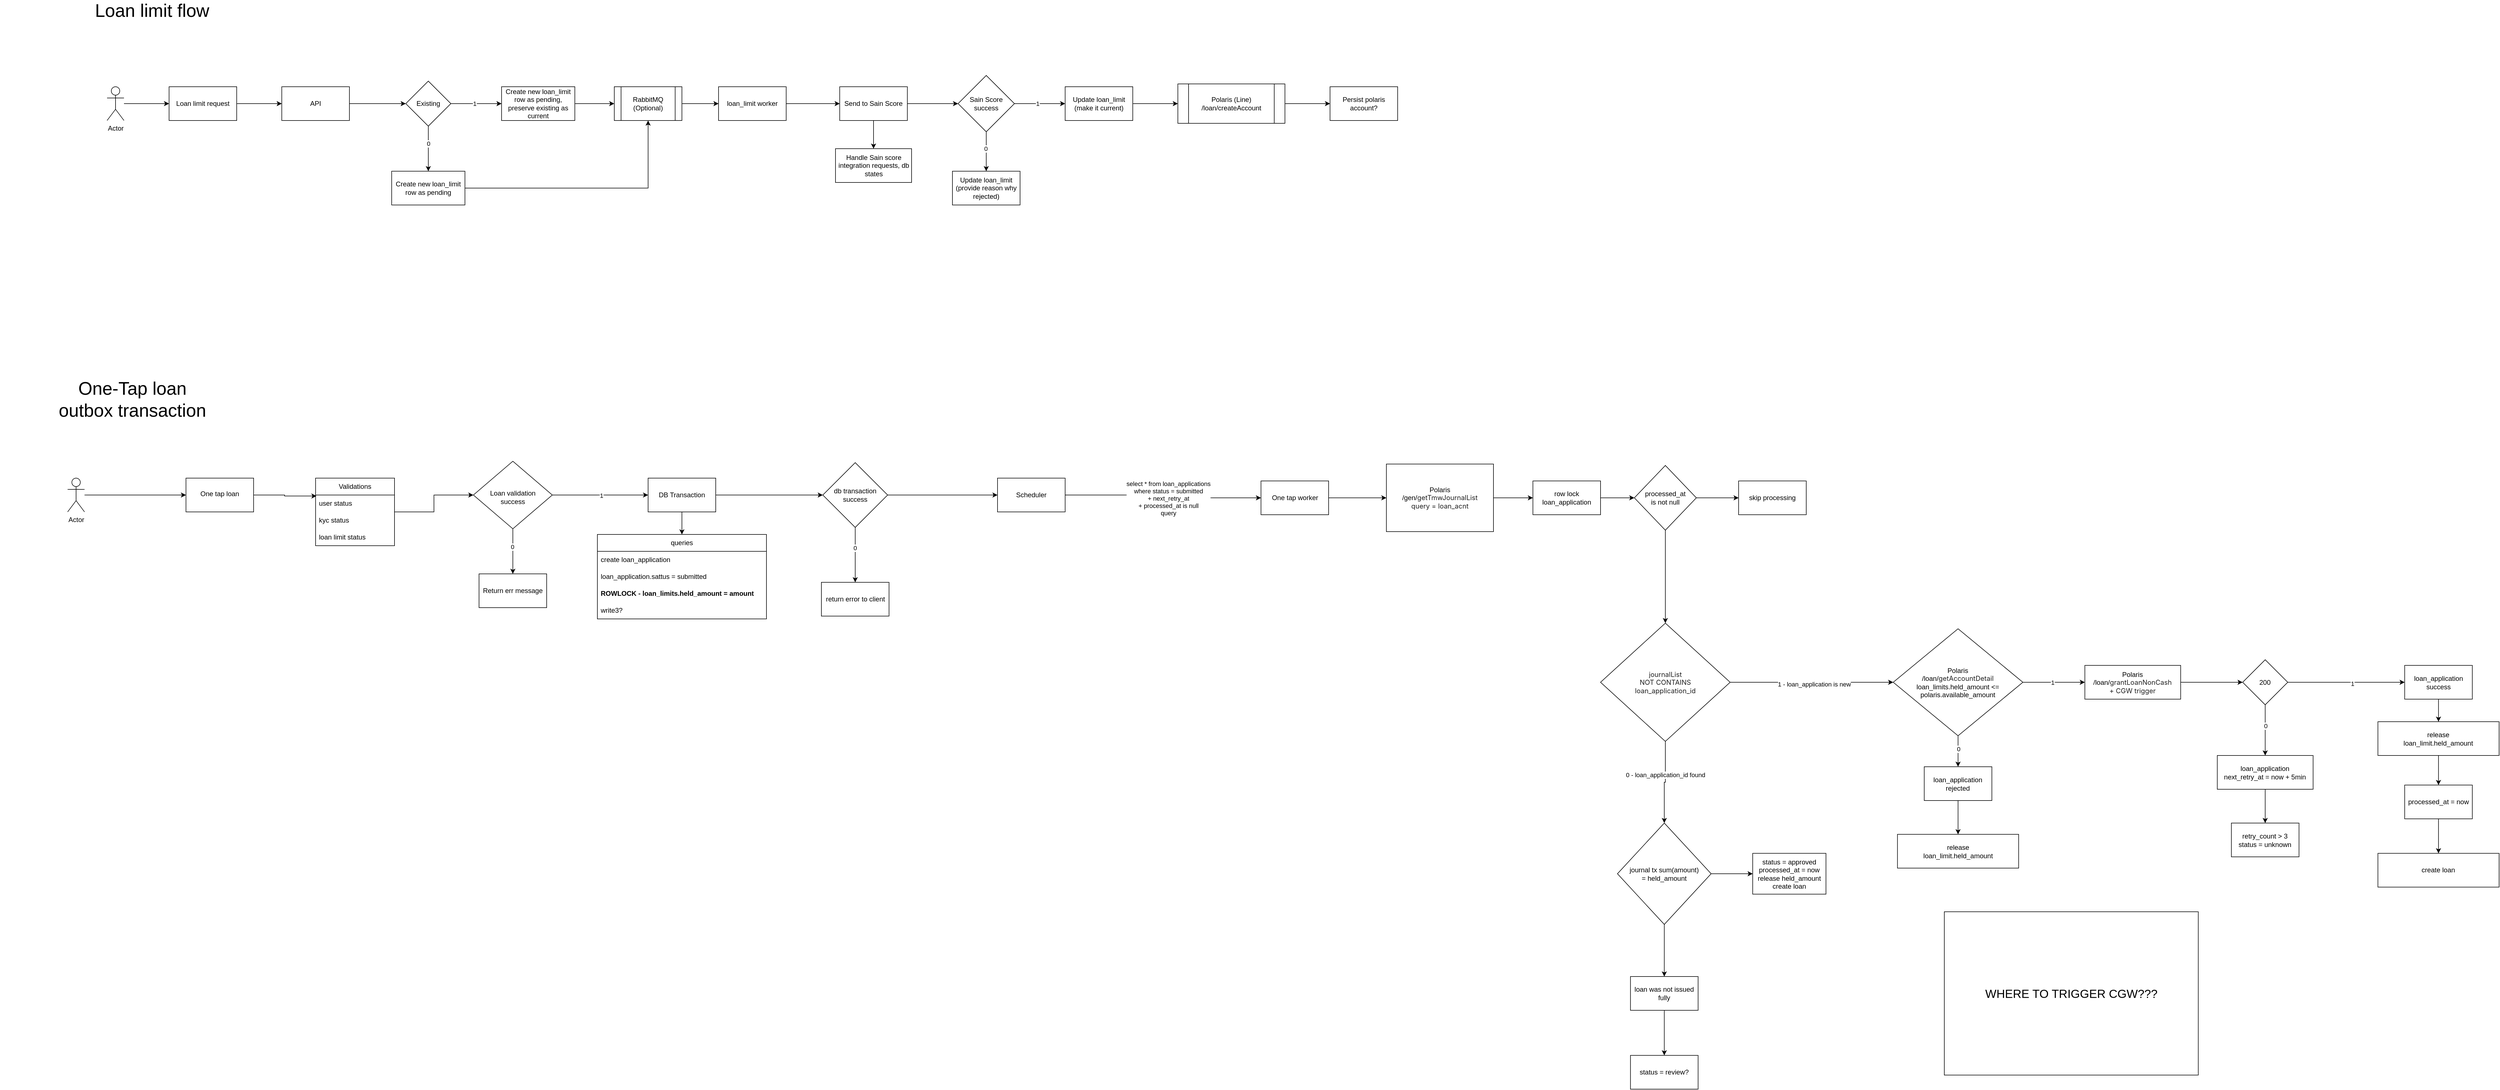
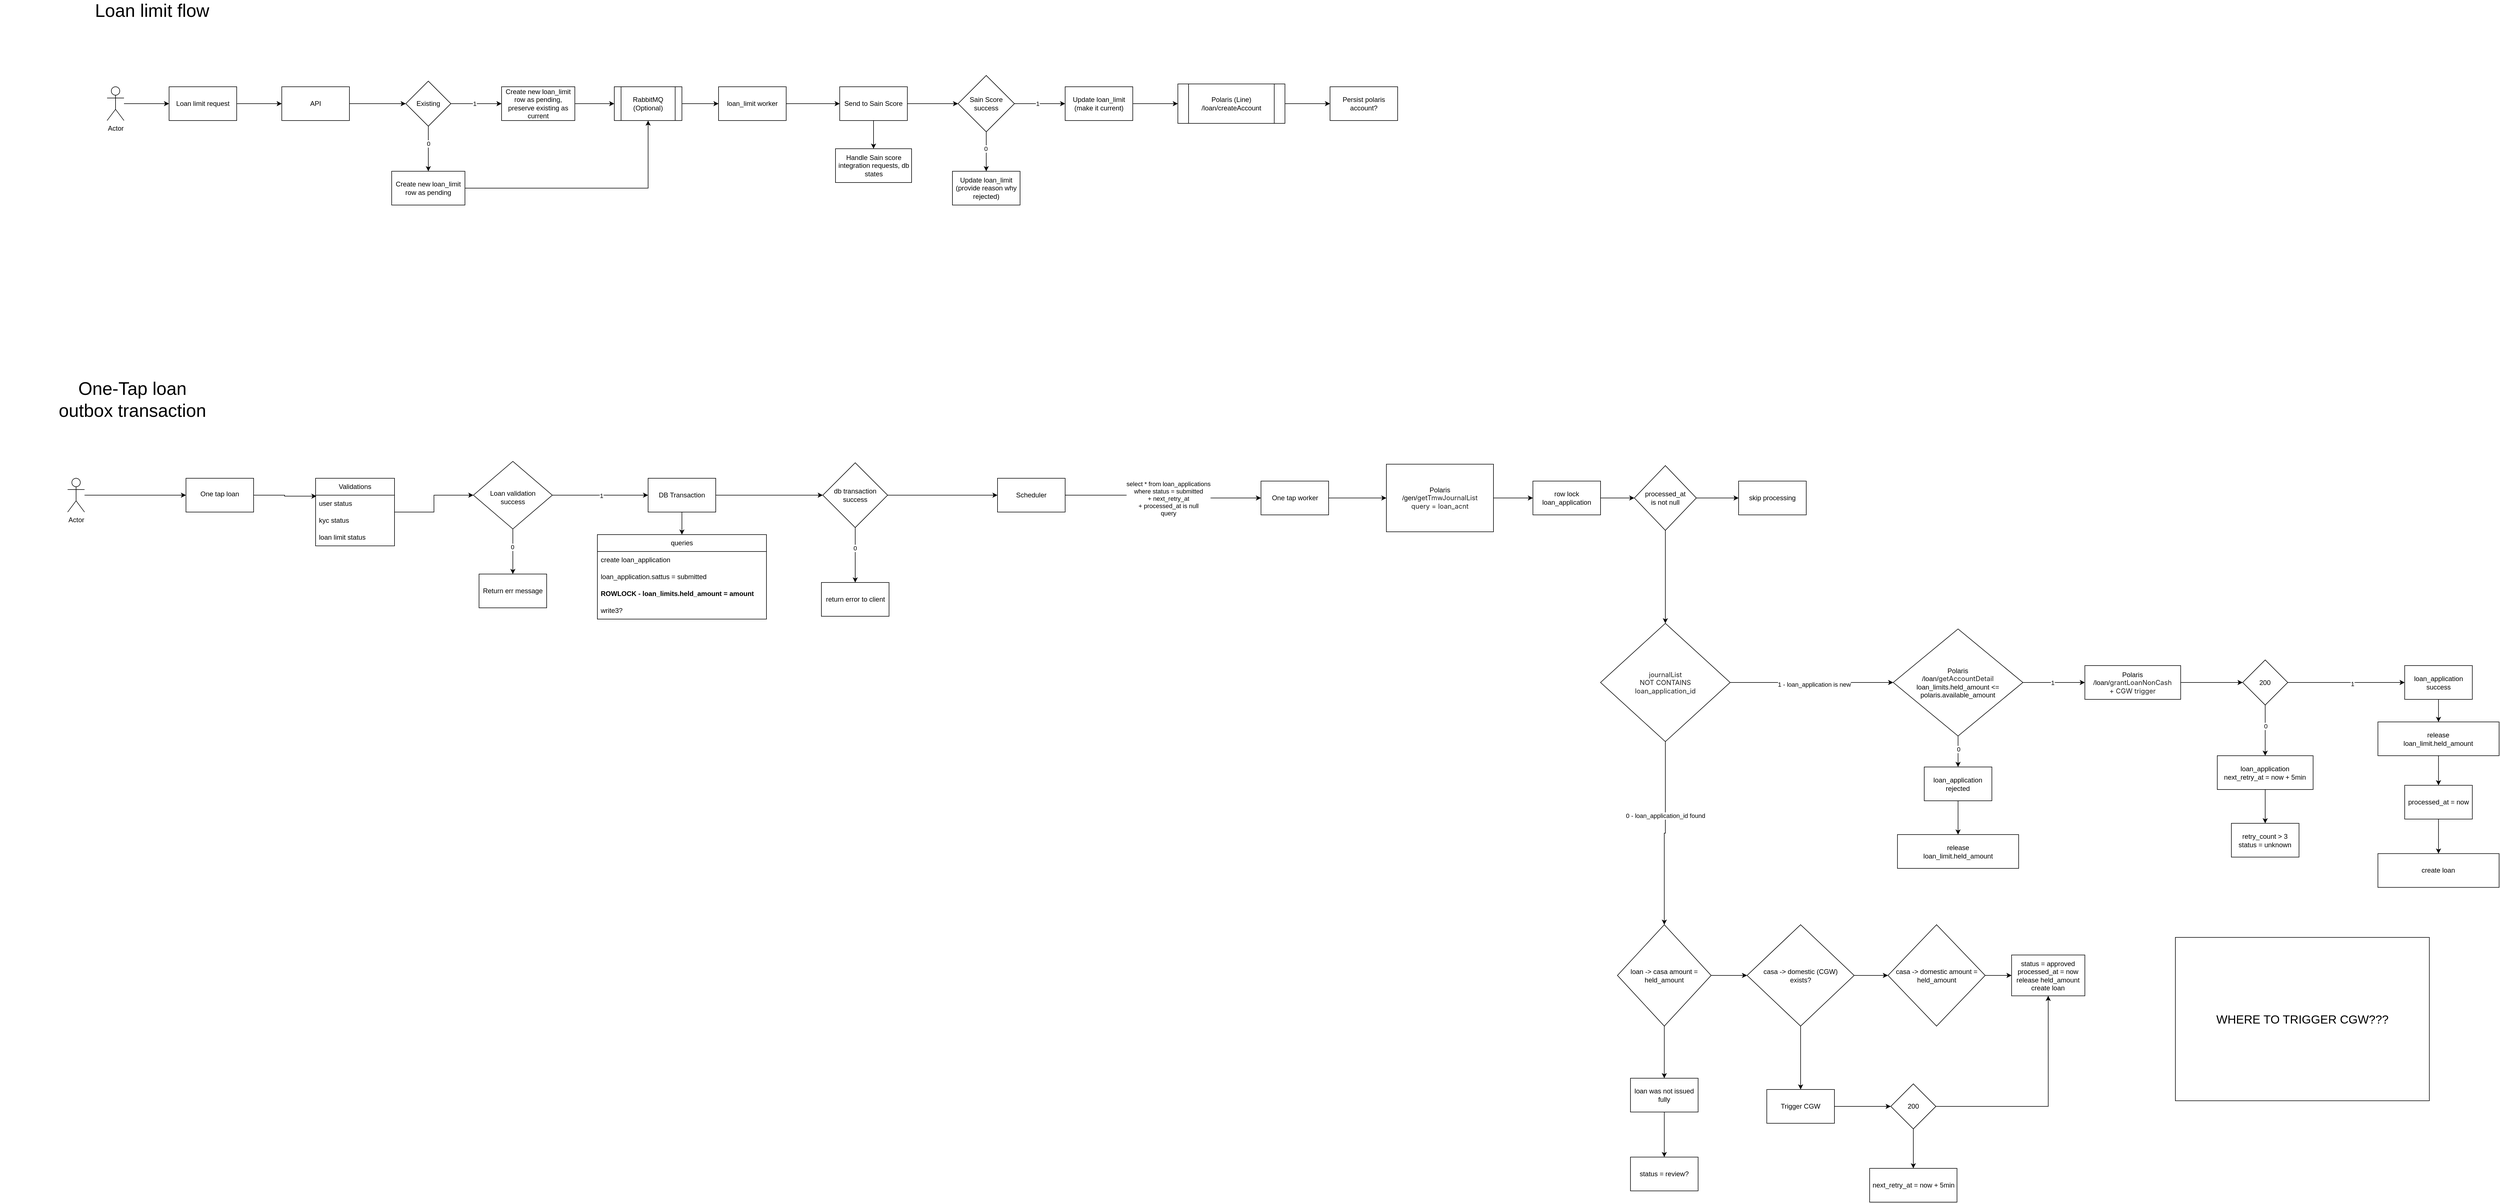
<mxfile host="app.diagrams.net">
  <diagram name="Page-1" id="VCBSuIh8bz7kurrQ0Zaz">
    <mxGraphModel dx="2125" dy="746" grid="1" gridSize="10" guides="1" tooltips="1" connect="1" arrows="1" fold="1" page="1" pageScale="1" pageWidth="850" pageHeight="1100" math="0" shadow="0">
      <root>
        <mxCell id="0" />
        <mxCell id="1" parent="0" />
        <mxCell id="KqixbsF9o6dLofBvsG9t-5" edge="1" parent="1" source="KqixbsF9o6dLofBvsG9t-1" style="edgeStyle=orthogonalEdgeStyle;rounded=0;orthogonalLoop=1;jettySize=auto;html=1;" target="KqixbsF9o6dLofBvsG9t-4" value="">
          <mxGeometry relative="1" as="geometry" />
        </mxCell>
        <mxCell id="KqixbsF9o6dLofBvsG9t-1" parent="1" style="rounded=0;whiteSpace=wrap;html=1;" value="Loan limit request" vertex="1">
          <mxGeometry height="60" width="120" x="150" y="210" as="geometry" />
        </mxCell>
        <mxCell id="KqixbsF9o6dLofBvsG9t-3" edge="1" parent="1" source="KqixbsF9o6dLofBvsG9t-2" style="edgeStyle=orthogonalEdgeStyle;rounded=0;orthogonalLoop=1;jettySize=auto;html=1;" target="KqixbsF9o6dLofBvsG9t-1" value="">
          <mxGeometry relative="1" as="geometry" />
        </mxCell>
        <mxCell id="KqixbsF9o6dLofBvsG9t-2" parent="1" style="shape=umlActor;verticalLabelPosition=bottom;verticalAlign=top;html=1;outlineConnect=0;" value="Actor" vertex="1">
          <mxGeometry height="60" width="30" x="40" y="210" as="geometry" />
        </mxCell>
        <mxCell id="KqixbsF9o6dLofBvsG9t-9" edge="1" parent="1" source="KqixbsF9o6dLofBvsG9t-4" style="edgeStyle=orthogonalEdgeStyle;rounded=0;orthogonalLoop=1;jettySize=auto;html=1;" target="KqixbsF9o6dLofBvsG9t-8" value="">
          <mxGeometry relative="1" as="geometry" />
        </mxCell>
        <mxCell id="KqixbsF9o6dLofBvsG9t-4" parent="1" style="rounded=0;whiteSpace=wrap;html=1;" value="API" vertex="1">
          <mxGeometry height="60" width="120" x="350" y="210" as="geometry" />
        </mxCell>
        <mxCell id="KqixbsF9o6dLofBvsG9t-11" edge="1" parent="1" source="KqixbsF9o6dLofBvsG9t-8" style="edgeStyle=orthogonalEdgeStyle;rounded=0;orthogonalLoop=1;jettySize=auto;html=1;" target="KqixbsF9o6dLofBvsG9t-10" value="">
          <mxGeometry relative="1" as="geometry" />
        </mxCell>
        <mxCell id="KqixbsF9o6dLofBvsG9t-12" connectable="0" parent="KqixbsF9o6dLofBvsG9t-11" style="edgeLabel;html=1;align=center;verticalAlign=middle;resizable=0;points=[];" value="1" vertex="1">
          <mxGeometry relative="1" x="-0.079" as="geometry">
            <mxPoint as="offset" />
          </mxGeometry>
        </mxCell>
        <mxCell id="KqixbsF9o6dLofBvsG9t-14" edge="1" parent="1" source="KqixbsF9o6dLofBvsG9t-8" style="edgeStyle=orthogonalEdgeStyle;rounded=0;orthogonalLoop=1;jettySize=auto;html=1;" target="KqixbsF9o6dLofBvsG9t-13" value="">
          <mxGeometry relative="1" as="geometry" />
        </mxCell>
        <mxCell id="KqixbsF9o6dLofBvsG9t-15" connectable="0" parent="KqixbsF9o6dLofBvsG9t-14" style="edgeLabel;html=1;align=center;verticalAlign=middle;resizable=0;points=[];" value="0" vertex="1">
          <mxGeometry relative="1" x="-0.2407" as="geometry">
            <mxPoint as="offset" />
          </mxGeometry>
        </mxCell>
        <mxCell id="KqixbsF9o6dLofBvsG9t-8" parent="1" style="rhombus;whiteSpace=wrap;html=1;rounded=0;" value="Existing" vertex="1">
          <mxGeometry height="80" width="80" x="570" y="200" as="geometry" />
        </mxCell>
        <mxCell id="KqixbsF9o6dLofBvsG9t-23" edge="1" parent="1" source="KqixbsF9o6dLofBvsG9t-10" style="edgeStyle=orthogonalEdgeStyle;rounded=0;orthogonalLoop=1;jettySize=auto;html=1;" target="KqixbsF9o6dLofBvsG9t-22" value="">
          <mxGeometry relative="1" as="geometry" />
        </mxCell>
        <mxCell id="KqixbsF9o6dLofBvsG9t-10" parent="1" style="whiteSpace=wrap;html=1;rounded=0;" value="Create new loan_limit row as pending, preserve existing as current" vertex="1">
          <mxGeometry height="60" width="130" x="740" y="210" as="geometry" />
        </mxCell>
        <mxCell id="KqixbsF9o6dLofBvsG9t-26" edge="1" parent="1" source="KqixbsF9o6dLofBvsG9t-13" style="edgeStyle=orthogonalEdgeStyle;rounded=0;orthogonalLoop=1;jettySize=auto;html=1;entryX=0.5;entryY=1;entryDx=0;entryDy=0;" target="KqixbsF9o6dLofBvsG9t-22">
          <mxGeometry relative="1" as="geometry" />
        </mxCell>
        <mxCell id="KqixbsF9o6dLofBvsG9t-13" parent="1" style="whiteSpace=wrap;html=1;rounded=0;" value="Create new loan_limit row as pending" vertex="1">
          <mxGeometry height="60" width="130" x="545" y="360" as="geometry" />
        </mxCell>
        <mxCell id="KqixbsF9o6dLofBvsG9t-25" edge="1" parent="1" source="KqixbsF9o6dLofBvsG9t-22" style="edgeStyle=orthogonalEdgeStyle;rounded=0;orthogonalLoop=1;jettySize=auto;html=1;" target="KqixbsF9o6dLofBvsG9t-24" value="">
          <mxGeometry relative="1" as="geometry" />
        </mxCell>
        <mxCell id="KqixbsF9o6dLofBvsG9t-22" parent="1" style="shape=process;whiteSpace=wrap;html=1;backgroundOutline=1;rounded=0;" value="RabbitMQ (Optional)" vertex="1">
          <mxGeometry height="60" width="120" x="940" y="210" as="geometry" />
        </mxCell>
        <mxCell id="KqixbsF9o6dLofBvsG9t-28" edge="1" parent="1" source="KqixbsF9o6dLofBvsG9t-24" style="edgeStyle=orthogonalEdgeStyle;rounded=0;orthogonalLoop=1;jettySize=auto;html=1;" target="KqixbsF9o6dLofBvsG9t-27" value="">
          <mxGeometry relative="1" as="geometry" />
        </mxCell>
        <mxCell id="KqixbsF9o6dLofBvsG9t-24" parent="1" style="whiteSpace=wrap;html=1;rounded=0;" value="loan_limit worker" vertex="1">
          <mxGeometry height="60" width="120" x="1125" y="210" as="geometry" />
        </mxCell>
        <mxCell id="KqixbsF9o6dLofBvsG9t-30" edge="1" parent="1" source="KqixbsF9o6dLofBvsG9t-27" style="edgeStyle=orthogonalEdgeStyle;rounded=0;orthogonalLoop=1;jettySize=auto;html=1;" target="KqixbsF9o6dLofBvsG9t-29" value="">
          <mxGeometry relative="1" as="geometry" />
        </mxCell>
        <mxCell id="KqixbsF9o6dLofBvsG9t-38" edge="1" parent="1" source="KqixbsF9o6dLofBvsG9t-27" style="edgeStyle=orthogonalEdgeStyle;rounded=0;orthogonalLoop=1;jettySize=auto;html=1;" target="KqixbsF9o6dLofBvsG9t-37" value="">
          <mxGeometry relative="1" as="geometry" />
        </mxCell>
        <mxCell id="KqixbsF9o6dLofBvsG9t-27" parent="1" style="whiteSpace=wrap;html=1;rounded=0;" value="Send to Sain Score" vertex="1">
          <mxGeometry height="60" width="120" x="1340" y="210" as="geometry" />
        </mxCell>
        <mxCell id="KqixbsF9o6dLofBvsG9t-32" edge="1" parent="1" source="KqixbsF9o6dLofBvsG9t-29" style="edgeStyle=orthogonalEdgeStyle;rounded=0;orthogonalLoop=1;jettySize=auto;html=1;" target="KqixbsF9o6dLofBvsG9t-31" value="">
          <mxGeometry relative="1" as="geometry" />
        </mxCell>
        <mxCell id="KqixbsF9o6dLofBvsG9t-33" connectable="0" parent="KqixbsF9o6dLofBvsG9t-32" style="edgeLabel;html=1;align=center;verticalAlign=middle;resizable=0;points=[];" value="1" vertex="1">
          <mxGeometry relative="1" x="-0.1048" as="geometry">
            <mxPoint as="offset" />
          </mxGeometry>
        </mxCell>
        <mxCell id="KqixbsF9o6dLofBvsG9t-35" edge="1" parent="1" source="KqixbsF9o6dLofBvsG9t-29" style="edgeStyle=orthogonalEdgeStyle;rounded=0;orthogonalLoop=1;jettySize=auto;html=1;" target="KqixbsF9o6dLofBvsG9t-34" value="">
          <mxGeometry relative="1" as="geometry" />
        </mxCell>
        <mxCell id="KqixbsF9o6dLofBvsG9t-36" connectable="0" parent="KqixbsF9o6dLofBvsG9t-35" style="edgeLabel;html=1;align=center;verticalAlign=middle;resizable=0;points=[];" value="0" vertex="1">
          <mxGeometry relative="1" x="-0.1429" y="-1" as="geometry">
            <mxPoint as="offset" />
          </mxGeometry>
        </mxCell>
        <mxCell id="KqixbsF9o6dLofBvsG9t-29" parent="1" style="rhombus;whiteSpace=wrap;html=1;rounded=0;" value="Sain Score success" vertex="1">
          <mxGeometry height="100" width="100" x="1550" y="190" as="geometry" />
        </mxCell>
        <mxCell id="KqixbsF9o6dLofBvsG9t-66" edge="1" parent="1" source="KqixbsF9o6dLofBvsG9t-31" style="edgeStyle=orthogonalEdgeStyle;rounded=0;orthogonalLoop=1;jettySize=auto;html=1;" target="KqixbsF9o6dLofBvsG9t-65" value="">
          <mxGeometry relative="1" as="geometry" />
        </mxCell>
        <mxCell id="KqixbsF9o6dLofBvsG9t-31" parent="1" style="whiteSpace=wrap;html=1;rounded=0;" value="Update loan_limit (make it current)" vertex="1">
          <mxGeometry height="60" width="120" x="1740" y="210" as="geometry" />
        </mxCell>
        <mxCell id="KqixbsF9o6dLofBvsG9t-34" parent="1" style="whiteSpace=wrap;html=1;rounded=0;" value="Update loan_limit&lt;br&gt;(provide reason why rejected)" vertex="1">
          <mxGeometry height="60" width="120" x="1540" y="360" as="geometry" />
        </mxCell>
        <mxCell id="KqixbsF9o6dLofBvsG9t-37" parent="1" style="whiteSpace=wrap;html=1;rounded=0;" value="Handle Sain score integration requests, db states" vertex="1">
          <mxGeometry height="60" width="135" x="1332.5" y="320" as="geometry" />
        </mxCell>
        <mxCell id="KqixbsF9o6dLofBvsG9t-40" parent="1" style="text;html=1;whiteSpace=wrap;strokeColor=none;fillColor=none;align=center;verticalAlign=middle;rounded=0;fontSize=32;" value="Loan limit flow" vertex="1">
          <mxGeometry height="30" width="260" x="-10" y="60" as="geometry" />
        </mxCell>
        <mxCell id="KqixbsF9o6dLofBvsG9t-74" edge="1" parent="1" source="KqixbsF9o6dLofBvsG9t-65" style="edgeStyle=orthogonalEdgeStyle;rounded=0;orthogonalLoop=1;jettySize=auto;html=1;" target="KqixbsF9o6dLofBvsG9t-73" value="">
          <mxGeometry relative="1" as="geometry" />
        </mxCell>
        <mxCell id="KqixbsF9o6dLofBvsG9t-65" parent="1" style="shape=process;whiteSpace=wrap;html=1;backgroundOutline=1;rounded=0;" value="Polaris (Line)&lt;br&gt;/loan/createAccount" vertex="1">
          <mxGeometry height="70" width="190" x="1940" y="205" as="geometry" />
        </mxCell>
        <mxCell id="KqixbsF9o6dLofBvsG9t-73" parent="1" style="whiteSpace=wrap;html=1;rounded=0;" value="Persist polaris account?" vertex="1">
          <mxGeometry height="60" width="120" x="2210" y="210" as="geometry" />
        </mxCell>
        <mxCell id="U8Ajh8Gpa-m2DNKNFQys-1" parent="1" style="text;html=1;whiteSpace=wrap;strokeColor=none;fillColor=none;align=center;verticalAlign=middle;rounded=0;fontSize=32;" value="One-Tap loan&lt;br&gt;outbox transaction" vertex="1">
          <mxGeometry height="30" width="470" x="-150" y="750" as="geometry" />
        </mxCell>
        <mxCell id="In8fDh9ZLN2M87an2Miy-1" edge="1" parent="1" source="In8fDh9ZLN2M87an2Miy-2" style="edgeStyle=orthogonalEdgeStyle;rounded=0;orthogonalLoop=1;jettySize=auto;html=1;" target="In8fDh9ZLN2M87an2Miy-4" value="">
          <mxGeometry relative="1" as="geometry" />
        </mxCell>
        <mxCell id="In8fDh9ZLN2M87an2Miy-2" parent="1" style="shape=umlActor;verticalLabelPosition=bottom;verticalAlign=top;html=1;outlineConnect=0;" value="Actor" vertex="1">
          <mxGeometry height="60" width="30" x="-30" y="905" as="geometry" />
        </mxCell>
        <mxCell id="In8fDh9ZLN2M87an2Miy-3" edge="1" parent="1" source="In8fDh9ZLN2M87an2Miy-4" style="edgeStyle=orthogonalEdgeStyle;rounded=0;orthogonalLoop=1;jettySize=auto;html=1;entryX=0.011;entryY=0.06;entryDx=0;entryDy=0;entryPerimeter=0;" target="In8fDh9ZLN2M87an2Miy-28" value="">
          <mxGeometry relative="1" as="geometry">
            <mxPoint x="390" y="935" as="targetPoint" />
          </mxGeometry>
        </mxCell>
        <mxCell id="In8fDh9ZLN2M87an2Miy-4" parent="1" style="whiteSpace=wrap;html=1;verticalAlign=top;" value="&lt;div&gt;&lt;br&gt;&lt;/div&gt;&lt;div&gt;One tap loan&lt;/div&gt;" vertex="1">
          <mxGeometry height="60" width="120" x="180" y="905" as="geometry" />
        </mxCell>
        <mxCell id="In8fDh9ZLN2M87an2Miy-5" edge="1" parent="1" source="In8fDh9ZLN2M87an2Miy-9" style="edgeStyle=orthogonalEdgeStyle;rounded=0;orthogonalLoop=1;jettySize=auto;html=1;" target="In8fDh9ZLN2M87an2Miy-12" value="">
          <mxGeometry relative="1" as="geometry" />
        </mxCell>
        <mxCell id="In8fDh9ZLN2M87an2Miy-6" connectable="0" parent="In8fDh9ZLN2M87an2Miy-5" style="edgeLabel;html=1;align=center;verticalAlign=middle;resizable=0;points=[];" value="1" vertex="1">
          <mxGeometry relative="1" x="0.0162" y="-1" as="geometry">
            <mxPoint as="offset" />
          </mxGeometry>
        </mxCell>
        <mxCell id="In8fDh9ZLN2M87an2Miy-7" edge="1" parent="1" source="In8fDh9ZLN2M87an2Miy-9" style="edgeStyle=orthogonalEdgeStyle;rounded=0;orthogonalLoop=1;jettySize=auto;html=1;" target="In8fDh9ZLN2M87an2Miy-13" value="">
          <mxGeometry relative="1" as="geometry" />
        </mxCell>
        <mxCell id="In8fDh9ZLN2M87an2Miy-8" connectable="0" parent="In8fDh9ZLN2M87an2Miy-7" style="edgeLabel;html=1;align=center;verticalAlign=middle;resizable=0;points=[];" value="0" vertex="1">
          <mxGeometry relative="1" x="-0.2091" y="-1" as="geometry">
            <mxPoint as="offset" />
          </mxGeometry>
        </mxCell>
        <mxCell id="In8fDh9ZLN2M87an2Miy-9" parent="1" style="rhombus;whiteSpace=wrap;html=1;verticalAlign=top;" value="&lt;br&gt;&lt;br&gt;&lt;div&gt;&lt;br&gt;&lt;/div&gt;&lt;div&gt;Loan validation&lt;br&gt;success&lt;/div&gt;" vertex="1">
          <mxGeometry height="120" width="140" x="690" y="875" as="geometry" />
        </mxCell>
        <mxCell id="In8fDh9ZLN2M87an2Miy-10" edge="1" parent="1" source="In8fDh9ZLN2M87an2Miy-12" style="edgeStyle=orthogonalEdgeStyle;rounded=0;orthogonalLoop=1;jettySize=auto;html=1;entryX=0.5;entryY=0;entryDx=0;entryDy=0;" target="In8fDh9ZLN2M87an2Miy-14">
          <mxGeometry relative="1" as="geometry" />
        </mxCell>
        <mxCell id="In8fDh9ZLN2M87an2Miy-54" edge="1" parent="1" source="In8fDh9ZLN2M87an2Miy-105" style="edgeStyle=orthogonalEdgeStyle;rounded=0;orthogonalLoop=1;jettySize=auto;html=1;exitX=1;exitY=0.5;exitDx=0;exitDy=0;" target="In8fDh9ZLN2M87an2Miy-53" value="">
          <mxGeometry relative="1" as="geometry">
            <mxPoint x="1830" y="940" as="sourcePoint" />
          </mxGeometry>
        </mxCell>
        <mxCell id="In8fDh9ZLN2M87an2Miy-55" connectable="0" parent="In8fDh9ZLN2M87an2Miy-54" style="edgeLabel;html=1;align=center;verticalAlign=middle;resizable=0;points=[];" value="select * from loan_applications&lt;br&gt;where status = submitted&lt;br&gt;+ next_retry_at&lt;br&gt;+ processed_at is null&lt;br&gt;query" vertex="1">
          <mxGeometry relative="1" x="0.0637" y="-1" as="geometry">
            <mxPoint as="offset" />
          </mxGeometry>
        </mxCell>
        <mxCell id="In8fDh9ZLN2M87an2Miy-99" edge="1" parent="1" source="In8fDh9ZLN2M87an2Miy-12" style="edgeStyle=orthogonalEdgeStyle;rounded=0;orthogonalLoop=1;jettySize=auto;html=1;" target="In8fDh9ZLN2M87an2Miy-98" value="">
          <mxGeometry relative="1" as="geometry" />
        </mxCell>
        <mxCell id="In8fDh9ZLN2M87an2Miy-12" parent="1" style="whiteSpace=wrap;html=1;verticalAlign=middle;" value="DB Transaction" vertex="1">
          <mxGeometry height="60" width="120" x="1000" y="905" as="geometry" />
        </mxCell>
        <mxCell id="In8fDh9ZLN2M87an2Miy-13" parent="1" style="whiteSpace=wrap;html=1;verticalAlign=middle;" value="Return err message" vertex="1">
          <mxGeometry height="60" width="120" x="700" y="1075" as="geometry" />
        </mxCell>
        <mxCell id="In8fDh9ZLN2M87an2Miy-14" parent="1" style="swimlane;fontStyle=0;childLayout=stackLayout;horizontal=1;startSize=30;horizontalStack=0;resizeParent=1;resizeParentMax=0;resizeLast=0;collapsible=1;marginBottom=0;whiteSpace=wrap;html=1;" value="queries" vertex="1">
          <mxGeometry height="150" width="300" x="910" y="1005" as="geometry" />
        </mxCell>
        <mxCell id="In8fDh9ZLN2M87an2Miy-15" parent="In8fDh9ZLN2M87an2Miy-14" style="text;strokeColor=none;fillColor=none;align=left;verticalAlign=middle;spacingLeft=4;spacingRight=4;overflow=hidden;points=[[0,0.5],[1,0.5]];portConstraint=eastwest;rotatable=0;whiteSpace=wrap;html=1;" value="create loan_application" vertex="1">
          <mxGeometry height="30" width="300" y="30" as="geometry" />
        </mxCell>
        <mxCell id="In8fDh9ZLN2M87an2Miy-104" parent="In8fDh9ZLN2M87an2Miy-14" style="text;strokeColor=none;fillColor=none;align=left;verticalAlign=middle;spacingLeft=4;spacingRight=4;overflow=hidden;points=[[0,0.5],[1,0.5]];portConstraint=eastwest;rotatable=0;whiteSpace=wrap;html=1;" value="loan_application.sattus = submitted" vertex="1">
          <mxGeometry height="30" width="300" y="60" as="geometry" />
        </mxCell>
        <mxCell id="In8fDh9ZLN2M87an2Miy-16" parent="In8fDh9ZLN2M87an2Miy-14" style="text;strokeColor=none;fillColor=none;align=left;verticalAlign=middle;spacingLeft=4;spacingRight=4;overflow=hidden;points=[[0,0.5],[1,0.5]];portConstraint=eastwest;rotatable=0;whiteSpace=wrap;html=1;fontStyle=1" value="ROWLOCK - loan_limits.held_amount = amount" vertex="1">
          <mxGeometry height="30" width="300" y="90" as="geometry" />
        </mxCell>
        <mxCell id="In8fDh9ZLN2M87an2Miy-17" parent="In8fDh9ZLN2M87an2Miy-14" style="text;strokeColor=none;fillColor=none;align=left;verticalAlign=middle;spacingLeft=4;spacingRight=4;overflow=hidden;points=[[0,0.5],[1,0.5]];portConstraint=eastwest;rotatable=0;whiteSpace=wrap;html=1;" value="write3?" vertex="1">
          <mxGeometry height="30" width="300" y="120" as="geometry" />
        </mxCell>
        <mxCell id="In8fDh9ZLN2M87an2Miy-32" edge="1" parent="1" source="In8fDh9ZLN2M87an2Miy-27" style="edgeStyle=orthogonalEdgeStyle;rounded=0;orthogonalLoop=1;jettySize=auto;html=1;entryX=0;entryY=0.5;entryDx=0;entryDy=0;" target="In8fDh9ZLN2M87an2Miy-9">
          <mxGeometry relative="1" as="geometry" />
        </mxCell>
        <mxCell id="In8fDh9ZLN2M87an2Miy-27" parent="1" style="swimlane;fontStyle=0;childLayout=stackLayout;horizontal=1;startSize=30;horizontalStack=0;resizeParent=1;resizeParentMax=0;resizeLast=0;collapsible=1;marginBottom=0;whiteSpace=wrap;html=1;" value="Validations" vertex="1">
          <mxGeometry height="120" width="140" x="410" y="905" as="geometry" />
        </mxCell>
        <mxCell id="In8fDh9ZLN2M87an2Miy-28" parent="In8fDh9ZLN2M87an2Miy-27" style="text;strokeColor=none;fillColor=none;align=left;verticalAlign=middle;spacingLeft=4;spacingRight=4;overflow=hidden;points=[[0,0.5],[1,0.5]];portConstraint=eastwest;rotatable=0;whiteSpace=wrap;html=1;" value="user status" vertex="1">
          <mxGeometry height="30" width="140" y="30" as="geometry" />
        </mxCell>
        <mxCell id="In8fDh9ZLN2M87an2Miy-29" parent="In8fDh9ZLN2M87an2Miy-27" style="text;strokeColor=none;fillColor=none;align=left;verticalAlign=middle;spacingLeft=4;spacingRight=4;overflow=hidden;points=[[0,0.5],[1,0.5]];portConstraint=eastwest;rotatable=0;whiteSpace=wrap;html=1;" value="kyc status" vertex="1">
          <mxGeometry height="30" width="140" y="60" as="geometry" />
        </mxCell>
        <mxCell id="In8fDh9ZLN2M87an2Miy-33" parent="In8fDh9ZLN2M87an2Miy-27" style="text;strokeColor=none;fillColor=none;align=left;verticalAlign=middle;spacingLeft=4;spacingRight=4;overflow=hidden;points=[[0,0.5],[1,0.5]];portConstraint=eastwest;rotatable=0;whiteSpace=wrap;html=1;" value="loan limit status" vertex="1">
          <mxGeometry height="30" width="140" y="90" as="geometry" />
        </mxCell>
        <mxCell id="In8fDh9ZLN2M87an2Miy-116" edge="1" parent="1" source="In8fDh9ZLN2M87an2Miy-53" style="edgeStyle=orthogonalEdgeStyle;rounded=0;orthogonalLoop=1;jettySize=auto;html=1;entryX=0;entryY=0.5;entryDx=0;entryDy=0;" target="In8fDh9ZLN2M87an2Miy-68">
          <mxGeometry relative="1" as="geometry" />
        </mxCell>
        <mxCell id="In8fDh9ZLN2M87an2Miy-53" parent="1" style="whiteSpace=wrap;html=1;" value="One tap worker" vertex="1">
          <mxGeometry height="60" width="120" x="2087.5" y="910" as="geometry" />
        </mxCell>
        <mxCell id="In8fDh9ZLN2M87an2Miy-67" edge="1" parent="1" source="In8fDh9ZLN2M87an2Miy-58" style="edgeStyle=orthogonalEdgeStyle;rounded=0;orthogonalLoop=1;jettySize=auto;html=1;entryX=0;entryY=0.5;entryDx=0;entryDy=0;" target="In8fDh9ZLN2M87an2Miy-66" value="">
          <mxGeometry relative="1" as="geometry">
            <mxPoint x="3844.37" y="1267.5" as="targetPoint" />
          </mxGeometry>
        </mxCell>
        <mxCell id="In8fDh9ZLN2M87an2Miy-58" parent="1" style="whiteSpace=wrap;html=1;" value="Polaris /loan/&lt;span style=&quot;color: rgb(33, 33, 33); font-family: Inter, system-ui, -apple-system, &amp;quot;system-ui&amp;quot;, &amp;quot;Segoe UI&amp;quot;, Roboto, Oxygen, Ubuntu, Cantarell, &amp;quot;Fira Sans&amp;quot;, &amp;quot;Droid Sans&amp;quot;, Helvetica, Arial, sans-serif; text-align: left; white-space: pre-wrap; background-color: rgb(255, 255, 255);&quot;&gt;grantLoanNonCash&lt;br/&gt;+ CGW trigger&lt;/span&gt;" vertex="1">
          <mxGeometry height="60" width="170" x="3549.37" y="1237.5" as="geometry" />
        </mxCell>
        <mxCell id="In8fDh9ZLN2M87an2Miy-62" edge="1" parent="1" source="In8fDh9ZLN2M87an2Miy-59" style="edgeStyle=orthogonalEdgeStyle;rounded=0;orthogonalLoop=1;jettySize=auto;html=1;" target="In8fDh9ZLN2M87an2Miy-61" value="">
          <mxGeometry relative="1" as="geometry" />
        </mxCell>
        <mxCell id="In8fDh9ZLN2M87an2Miy-91" connectable="0" parent="In8fDh9ZLN2M87an2Miy-62" style="edgeLabel;html=1;align=center;verticalAlign=middle;resizable=0;points=[];" value="0" vertex="1">
          <mxGeometry relative="1" x="-0.1431" as="geometry">
            <mxPoint as="offset" />
          </mxGeometry>
        </mxCell>
        <mxCell id="In8fDh9ZLN2M87an2Miy-65" edge="1" parent="1" source="In8fDh9ZLN2M87an2Miy-59" style="edgeStyle=orthogonalEdgeStyle;rounded=0;orthogonalLoop=1;jettySize=auto;html=1;" target="In8fDh9ZLN2M87an2Miy-58">
          <mxGeometry relative="1" as="geometry" />
        </mxCell>
        <mxCell id="In8fDh9ZLN2M87an2Miy-90" connectable="0" parent="In8fDh9ZLN2M87an2Miy-65" style="edgeLabel;html=1;align=center;verticalAlign=middle;resizable=0;points=[];" value="1" vertex="1">
          <mxGeometry relative="1" x="-0.0451" as="geometry">
            <mxPoint as="offset" />
          </mxGeometry>
        </mxCell>
        <mxCell id="In8fDh9ZLN2M87an2Miy-59" parent="1" style="rhombus;whiteSpace=wrap;html=1;" value="Polaris&lt;br&gt;/loan/&lt;span style=&quot;color: rgb(33, 33, 33); font-family: Inter, system-ui, -apple-system, &amp;quot;system-ui&amp;quot;, &amp;quot;Segoe UI&amp;quot;, Roboto, Oxygen, Ubuntu, Cantarell, &amp;quot;Fira Sans&amp;quot;, &amp;quot;Droid Sans&amp;quot;, Helvetica, Arial, sans-serif; text-align: left; white-space: pre-wrap; background-color: rgb(255, 255, 255);&quot;&gt;getAccountDetail&lt;/span&gt;&lt;br&gt;loan_limits.held_amount &amp;lt;= polaris.available_amount" vertex="1">
          <mxGeometry height="190" width="230" x="3209.37" y="1172.5" as="geometry" />
        </mxCell>
        <mxCell id="In8fDh9ZLN2M87an2Miy-64" edge="1" parent="1" source="In8fDh9ZLN2M87an2Miy-61" style="edgeStyle=orthogonalEdgeStyle;rounded=0;orthogonalLoop=1;jettySize=auto;html=1;" target="In8fDh9ZLN2M87an2Miy-63" value="">
          <mxGeometry relative="1" as="geometry" />
        </mxCell>
        <mxCell id="In8fDh9ZLN2M87an2Miy-61" parent="1" style="whiteSpace=wrap;html=1;" value="loan_application&lt;br&gt;rejected" vertex="1">
          <mxGeometry height="60" width="120" x="3264.37" y="1417.5" as="geometry" />
        </mxCell>
        <mxCell id="In8fDh9ZLN2M87an2Miy-63" parent="1" style="whiteSpace=wrap;html=1;" value="release &lt;br&gt;loan_limit.held_amount" vertex="1">
          <mxGeometry height="60" width="215" x="3216.87" y="1537.5" as="geometry" />
        </mxCell>
        <mxCell id="In8fDh9ZLN2M87an2Miy-81" edge="1" parent="1" source="In8fDh9ZLN2M87an2Miy-66" style="edgeStyle=orthogonalEdgeStyle;rounded=0;orthogonalLoop=1;jettySize=auto;html=1;entryX=0;entryY=0.5;entryDx=0;entryDy=0;" target="In8fDh9ZLN2M87an2Miy-79">
          <mxGeometry relative="1" as="geometry" />
        </mxCell>
        <mxCell id="In8fDh9ZLN2M87an2Miy-92" connectable="0" parent="In8fDh9ZLN2M87an2Miy-81" style="edgeLabel;html=1;align=center;verticalAlign=middle;resizable=0;points=[];" value="1" vertex="1">
          <mxGeometry relative="1" x="0.1055" y="-2" as="geometry">
            <mxPoint as="offset" />
          </mxGeometry>
        </mxCell>
        <mxCell id="In8fDh9ZLN2M87an2Miy-83" edge="1" parent="1" source="In8fDh9ZLN2M87an2Miy-66" style="edgeStyle=orthogonalEdgeStyle;rounded=0;orthogonalLoop=1;jettySize=auto;html=1;" target="In8fDh9ZLN2M87an2Miy-82" value="">
          <mxGeometry relative="1" as="geometry" />
        </mxCell>
        <mxCell id="In8fDh9ZLN2M87an2Miy-93" connectable="0" parent="In8fDh9ZLN2M87an2Miy-83" style="edgeLabel;html=1;align=center;verticalAlign=middle;resizable=0;points=[];" value="0" vertex="1">
          <mxGeometry relative="1" x="-0.1623" as="geometry">
            <mxPoint as="offset" />
          </mxGeometry>
        </mxCell>
        <mxCell id="In8fDh9ZLN2M87an2Miy-66" parent="1" style="rhombus;whiteSpace=wrap;html=1;" value="200" vertex="1">
          <mxGeometry height="80" width="80" x="3829.37" y="1227.5" as="geometry" />
        </mxCell>
        <mxCell id="In8fDh9ZLN2M87an2Miy-119" edge="1" parent="1" source="In8fDh9ZLN2M87an2Miy-68" style="edgeStyle=orthogonalEdgeStyle;rounded=0;orthogonalLoop=1;jettySize=auto;html=1;" target="In8fDh9ZLN2M87an2Miy-118" value="">
          <mxGeometry relative="1" as="geometry" />
        </mxCell>
        <mxCell id="In8fDh9ZLN2M87an2Miy-68" parent="1" style="whiteSpace=wrap;html=1;" value="Polaris&lt;br&gt;/gen/&lt;span style=&quot;white-space: pre-wrap; color: rgb(33, 33, 33); font-family: Inter, system-ui, -apple-system, &amp;quot;system-ui&amp;quot;, &amp;quot;Segoe UI&amp;quot;, Roboto, Oxygen, Ubuntu, Cantarell, &amp;quot;Fira Sans&amp;quot;, &amp;quot;Droid Sans&amp;quot;, Helvetica, Arial, sans-serif; text-align: left; background-color: rgb(255, 255, 255);&quot;&gt;getTmwJournalList&lt;br&gt;query = loan_acnt&lt;/span&gt;" vertex="1">
          <mxGeometry height="120" width="190" x="2310" y="880" as="geometry" />
        </mxCell>
        <mxCell id="In8fDh9ZLN2M87an2Miy-71" edge="1" parent="1" source="In8fDh9ZLN2M87an2Miy-69" style="edgeStyle=orthogonalEdgeStyle;rounded=0;orthogonalLoop=1;jettySize=auto;html=1;entryX=0;entryY=0.5;entryDx=0;entryDy=0;" target="In8fDh9ZLN2M87an2Miy-59">
          <mxGeometry relative="1" as="geometry" />
        </mxCell>
        <mxCell id="In8fDh9ZLN2M87an2Miy-77" connectable="0" parent="In8fDh9ZLN2M87an2Miy-71" style="edgeLabel;html=1;align=center;verticalAlign=middle;resizable=0;points=[];" value="1 - loan_application is new" vertex="1">
          <mxGeometry relative="1" x="0.0312" y="-3" as="geometry">
            <mxPoint as="offset" />
          </mxGeometry>
        </mxCell>
        <mxCell id="In8fDh9ZLN2M87an2Miy-73" edge="1" parent="1" source="In8fDh9ZLN2M87an2Miy-69" style="edgeStyle=orthogonalEdgeStyle;rounded=0;orthogonalLoop=1;jettySize=auto;html=1;entryX=0.5;entryY=0;entryDx=0;entryDy=0;" target="In8fDh9ZLN2M87an2Miy-111" value="">
          <mxGeometry relative="1" as="geometry">
            <mxPoint x="2804.37" y="1467.5" as="targetPoint" />
          </mxGeometry>
        </mxCell>
        <mxCell id="In8fDh9ZLN2M87an2Miy-74" connectable="0" parent="In8fDh9ZLN2M87an2Miy-73" style="edgeLabel;html=1;align=center;verticalAlign=middle;resizable=0;points=[];" value="0 - loan_application_id found" vertex="1">
          <mxGeometry relative="1" x="-0.1975" as="geometry">
            <mxPoint as="offset" />
          </mxGeometry>
        </mxCell>
        <mxCell id="In8fDh9ZLN2M87an2Miy-69" parent="1" style="rhombus;whiteSpace=wrap;html=1;verticalAlign=middle;" value="&lt;div style=&quot;text-align: center;&quot;&gt;&lt;span style=&quot;background-color: light-dark(rgb(255, 255, 255), rgb(18, 18, 18)); color: light-dark(rgb(33, 33, 33), rgb(209, 209, 209)); font-family: Inter, system-ui, -apple-system, &amp;quot;system-ui&amp;quot;, &amp;quot;Segoe UI&amp;quot;, Roboto, Oxygen, Ubuntu, Cantarell, &amp;quot;Fira Sans&amp;quot;, &amp;quot;Droid Sans&amp;quot;, Helvetica, Arial, sans-serif; text-align: left; white-space: pre-wrap;&quot;&gt;journalList&lt;br&gt;NOT CONTAINS&lt;/span&gt;&lt;/div&gt;&lt;span style=&quot;white-space: pre-wrap; color: rgb(33, 33, 33); font-family: Inter, system-ui, -apple-system, &amp;quot;system-ui&amp;quot;, &amp;quot;Segoe UI&amp;quot;, Roboto, Oxygen, Ubuntu, Cantarell, &amp;quot;Fira Sans&amp;quot;, &amp;quot;Droid Sans&amp;quot;, Helvetica, Arial, sans-serif; text-align: left; background-color: rgb(255, 255, 255);&quot;&gt;loan_application_id&lt;/span&gt;" vertex="1">
          <mxGeometry height="210" width="230" x="2690" y="1162.5" as="geometry" />
        </mxCell>
        <mxCell id="In8fDh9ZLN2M87an2Miy-78" edge="1" parent="1" source="In8fDh9ZLN2M87an2Miy-79" style="edgeStyle=orthogonalEdgeStyle;rounded=0;orthogonalLoop=1;jettySize=auto;html=1;" target="In8fDh9ZLN2M87an2Miy-80" value="">
          <mxGeometry relative="1" as="geometry" />
        </mxCell>
        <mxCell id="In8fDh9ZLN2M87an2Miy-79" parent="1" style="whiteSpace=wrap;html=1;" value="loan_application&lt;br&gt;success" vertex="1">
          <mxGeometry height="60" width="120" x="4116.87" y="1237.5" as="geometry" />
        </mxCell>
        <mxCell id="In8fDh9ZLN2M87an2Miy-132" edge="1" parent="1" source="In8fDh9ZLN2M87an2Miy-80" style="edgeStyle=orthogonalEdgeStyle;rounded=0;orthogonalLoop=1;jettySize=auto;html=1;" target="In8fDh9ZLN2M87an2Miy-131" value="">
          <mxGeometry relative="1" as="geometry" />
        </mxCell>
        <mxCell id="In8fDh9ZLN2M87an2Miy-80" parent="1" style="whiteSpace=wrap;html=1;" value="release &lt;br&gt;loan_limit.held_amount" vertex="1">
          <mxGeometry height="60" width="215" x="4069.37" y="1337.5" as="geometry" />
        </mxCell>
        <mxCell id="In8fDh9ZLN2M87an2Miy-95" edge="1" parent="1" source="In8fDh9ZLN2M87an2Miy-82" style="edgeStyle=orthogonalEdgeStyle;rounded=0;orthogonalLoop=1;jettySize=auto;html=1;" target="In8fDh9ZLN2M87an2Miy-94" value="">
          <mxGeometry relative="1" as="geometry" />
        </mxCell>
        <mxCell id="In8fDh9ZLN2M87an2Miy-82" parent="1" style="whiteSpace=wrap;html=1;" value="loan_application&lt;br&gt;next_retry_at = now + 5min" vertex="1">
          <mxGeometry height="60" width="170" x="3784.37" y="1397.5" as="geometry" />
        </mxCell>
        <mxCell id="In8fDh9ZLN2M87an2Miy-88" parent="1" style="whiteSpace=wrap;html=1;" value="create loan" vertex="1">
          <mxGeometry height="60" width="215" x="4069.37" y="1571.25" as="geometry" />
        </mxCell>
        <mxCell id="In8fDh9ZLN2M87an2Miy-94" parent="1" style="whiteSpace=wrap;html=1;" value="retry_count &amp;gt; 3&lt;br&gt;status = unknown" vertex="1">
          <mxGeometry height="60" width="120" x="3809.37" y="1517.5" as="geometry" />
        </mxCell>
        <mxCell id="In8fDh9ZLN2M87an2Miy-101" edge="1" parent="1" source="In8fDh9ZLN2M87an2Miy-98" style="edgeStyle=orthogonalEdgeStyle;rounded=0;orthogonalLoop=1;jettySize=auto;html=1;" target="In8fDh9ZLN2M87an2Miy-100" value="">
          <mxGeometry relative="1" as="geometry" />
        </mxCell>
        <mxCell id="In8fDh9ZLN2M87an2Miy-103" connectable="0" parent="In8fDh9ZLN2M87an2Miy-101" style="edgeLabel;html=1;align=center;verticalAlign=middle;resizable=0;points=[];" value="0" vertex="1">
          <mxGeometry relative="1" x="-0.2536" y="-1" as="geometry">
            <mxPoint as="offset" />
          </mxGeometry>
        </mxCell>
        <mxCell id="In8fDh9ZLN2M87an2Miy-106" edge="1" parent="1" source="In8fDh9ZLN2M87an2Miy-98" style="edgeStyle=orthogonalEdgeStyle;rounded=0;orthogonalLoop=1;jettySize=auto;html=1;entryX=0;entryY=0.5;entryDx=0;entryDy=0;" target="In8fDh9ZLN2M87an2Miy-105">
          <mxGeometry relative="1" as="geometry" />
        </mxCell>
        <mxCell id="In8fDh9ZLN2M87an2Miy-98" parent="1" style="rhombus;whiteSpace=wrap;html=1;" value="db transaction success" vertex="1">
          <mxGeometry height="115" width="115" x="1310" y="877.5" as="geometry" />
        </mxCell>
        <mxCell id="In8fDh9ZLN2M87an2Miy-100" parent="1" style="whiteSpace=wrap;html=1;" value="return error to client" vertex="1">
          <mxGeometry height="60" width="120" x="1307.5" y="1090" as="geometry" />
        </mxCell>
        <mxCell id="In8fDh9ZLN2M87an2Miy-105" parent="1" style="rounded=0;whiteSpace=wrap;html=1;" value="Scheduler" vertex="1">
          <mxGeometry height="60" width="120" x="1620" y="905" as="geometry" />
        </mxCell>
-         <mxCell id="In8fDh9ZLN2M87an2Miy-114" edge="1" parent="1" source="In8fDh9ZLN2M87an2Miy-111" style="edgeStyle=orthogonalEdgeStyle;rounded=0;orthogonalLoop=1;jettySize=auto;html=1;" target="In8fDh9ZLN2M87an2Miy-113" value="">
-           <mxGeometry relative="1" as="geometry" />
-         </mxCell>
        <mxCell id="In8fDh9ZLN2M87an2Miy-127" edge="1" parent="1" source="In8fDh9ZLN2M87an2Miy-111" style="edgeStyle=orthogonalEdgeStyle;rounded=0;orthogonalLoop=1;jettySize=auto;html=1;" target="In8fDh9ZLN2M87an2Miy-126" value="">
          <mxGeometry relative="1" as="geometry" />
        </mxCell>
-         <mxCell id="In8fDh9ZLN2M87an2Miy-111" parent="1" style="rhombus;whiteSpace=wrap;html=1;" value="journal tx sum(amount)&lt;br&gt;= held_amount" vertex="1">
-           <mxGeometry height="180" width="166.25" x="2720" y="1517.5" as="geometry" />
+         <mxCell id="In8fDh9ZLN2M87an2Miy-135" edge="1" parent="1" source="In8fDh9ZLN2M87an2Miy-111" style="edgeStyle=orthogonalEdgeStyle;rounded=0;orthogonalLoop=1;jettySize=auto;html=1;entryX=0;entryY=0.5;entryDx=0;entryDy=0;" target="In8fDh9ZLN2M87an2Miy-134">
+           <mxGeometry relative="1" as="geometry" />
+         </mxCell>
+         <mxCell id="In8fDh9ZLN2M87an2Miy-111" parent="1" style="rhombus;whiteSpace=wrap;html=1;" value="loan -&amp;gt; casa amount = held_amount" vertex="1">
+           <mxGeometry height="180" width="166.25" x="2720" y="1697.5" as="geometry" />
        </mxCell>
        <mxCell id="In8fDh9ZLN2M87an2Miy-113" parent="1" style="whiteSpace=wrap;html=1;" value="status = approved&lt;br&gt;processed_at = now&lt;br&gt;release held_amount&lt;br&gt;create loan" vertex="1">
-           <mxGeometry height="72.5" width="130" x="2960" y="1571.25" as="geometry" />
+           <mxGeometry height="72.5" width="130" x="3419.37" y="1751.25" as="geometry" />
        </mxCell>
        <mxCell id="In8fDh9ZLN2M87an2Miy-122" edge="1" parent="1" source="In8fDh9ZLN2M87an2Miy-118" style="edgeStyle=orthogonalEdgeStyle;rounded=0;orthogonalLoop=1;jettySize=auto;html=1;" target="In8fDh9ZLN2M87an2Miy-121" value="">
          <mxGeometry relative="1" as="geometry" />
        </mxCell>
        <mxCell id="In8fDh9ZLN2M87an2Miy-118" parent="1" style="whiteSpace=wrap;html=1;" value="row lock&lt;br&gt;loan_application" vertex="1">
          <mxGeometry height="60" width="120" x="2570" y="910" as="geometry" />
        </mxCell>
        <mxCell id="In8fDh9ZLN2M87an2Miy-124" edge="1" parent="1" source="In8fDh9ZLN2M87an2Miy-121" style="edgeStyle=orthogonalEdgeStyle;rounded=0;orthogonalLoop=1;jettySize=auto;html=1;" target="In8fDh9ZLN2M87an2Miy-123" value="">
          <mxGeometry relative="1" as="geometry" />
        </mxCell>
        <mxCell id="In8fDh9ZLN2M87an2Miy-125" edge="1" parent="1" source="In8fDh9ZLN2M87an2Miy-121" style="edgeStyle=orthogonalEdgeStyle;rounded=0;orthogonalLoop=1;jettySize=auto;html=1;entryX=0.5;entryY=0;entryDx=0;entryDy=0;" target="In8fDh9ZLN2M87an2Miy-69">
          <mxGeometry relative="1" as="geometry" />
        </mxCell>
        <mxCell id="In8fDh9ZLN2M87an2Miy-121" parent="1" style="rhombus;whiteSpace=wrap;html=1;" value="processed_at &lt;br&gt;is not null" vertex="1">
          <mxGeometry height="115" width="110" x="2750" y="882.5" as="geometry" />
        </mxCell>
        <mxCell id="In8fDh9ZLN2M87an2Miy-123" parent="1" style="whiteSpace=wrap;html=1;" value="skip processing" vertex="1">
          <mxGeometry height="60" width="120" x="2935" y="910" as="geometry" />
        </mxCell>
        <mxCell id="In8fDh9ZLN2M87an2Miy-129" edge="1" parent="1" source="In8fDh9ZLN2M87an2Miy-126" style="edgeStyle=orthogonalEdgeStyle;rounded=0;orthogonalLoop=1;jettySize=auto;html=1;" target="In8fDh9ZLN2M87an2Miy-128" value="">
          <mxGeometry relative="1" as="geometry" />
        </mxCell>
        <mxCell id="In8fDh9ZLN2M87an2Miy-126" parent="1" style="whiteSpace=wrap;html=1;" value="loan was not issued fully" vertex="1">
-           <mxGeometry height="60" width="120" x="2743.125" y="1790" as="geometry" />
+           <mxGeometry height="60" width="120" x="2743.125" y="1970" as="geometry" />
        </mxCell>
        <mxCell id="In8fDh9ZLN2M87an2Miy-128" parent="1" style="whiteSpace=wrap;html=1;" value="status = review?" vertex="1">
-           <mxGeometry height="60" width="120" x="2743.125" y="1930" as="geometry" />
+           <mxGeometry height="60" width="120" x="2743.125" y="2110" as="geometry" />
        </mxCell>
        <mxCell id="In8fDh9ZLN2M87an2Miy-130" parent="1" style="rounded=0;whiteSpace=wrap;html=1;fontSize=21;" value="WHERE TO TRIGGER CGW???" vertex="1">
-           <mxGeometry height="290" width="450.63" x="3300" y="1675" as="geometry" />
+           <mxGeometry height="290" width="450.63" x="3710" y="1720" as="geometry" />
        </mxCell>
        <mxCell id="In8fDh9ZLN2M87an2Miy-133" edge="1" parent="1" source="In8fDh9ZLN2M87an2Miy-131" style="edgeStyle=orthogonalEdgeStyle;rounded=0;orthogonalLoop=1;jettySize=auto;html=1;" target="In8fDh9ZLN2M87an2Miy-88" value="">
          <mxGeometry relative="1" as="geometry" />
        </mxCell>
        <mxCell id="In8fDh9ZLN2M87an2Miy-131" parent="1" style="whiteSpace=wrap;html=1;" value="processed_at = now" vertex="1">
          <mxGeometry height="60" width="120" x="4116.87" y="1450" as="geometry" />
+         </mxCell>
+         <mxCell id="In8fDh9ZLN2M87an2Miy-141" edge="1" parent="1" source="In8fDh9ZLN2M87an2Miy-134" style="edgeStyle=orthogonalEdgeStyle;rounded=0;orthogonalLoop=1;jettySize=auto;html=1;entryX=0;entryY=0.5;entryDx=0;entryDy=0;" target="In8fDh9ZLN2M87an2Miy-139">
+           <mxGeometry relative="1" as="geometry" />
+         </mxCell>
+         <mxCell id="In8fDh9ZLN2M87an2Miy-145" edge="1" parent="1" source="In8fDh9ZLN2M87an2Miy-134" style="edgeStyle=orthogonalEdgeStyle;rounded=0;orthogonalLoop=1;jettySize=auto;html=1;" target="In8fDh9ZLN2M87an2Miy-144" value="">
+           <mxGeometry relative="1" as="geometry" />
+         </mxCell>
+         <mxCell id="In8fDh9ZLN2M87an2Miy-134" parent="1" style="rhombus;whiteSpace=wrap;html=1;" value="casa -&amp;gt; domestic (CGW)&lt;br&gt;exists?" vertex="1">
+           <mxGeometry height="180" width="190" x="2950" y="1697.5" as="geometry" />
+         </mxCell>
+         <mxCell id="In8fDh9ZLN2M87an2Miy-142" edge="1" parent="1" source="In8fDh9ZLN2M87an2Miy-139" style="edgeStyle=orthogonalEdgeStyle;rounded=0;orthogonalLoop=1;jettySize=auto;html=1;entryX=0;entryY=0.5;entryDx=0;entryDy=0;" target="In8fDh9ZLN2M87an2Miy-113">
+           <mxGeometry relative="1" as="geometry" />
+         </mxCell>
+         <mxCell id="In8fDh9ZLN2M87an2Miy-139" parent="1" style="rhombus;whiteSpace=wrap;html=1;" value="casa -&amp;gt; domestic amount = held_amount" vertex="1">
+           <mxGeometry height="180" width="172.5" x="3200" y="1697.5" as="geometry" />
+         </mxCell>
+         <mxCell id="In8fDh9ZLN2M87an2Miy-147" edge="1" parent="1" source="In8fDh9ZLN2M87an2Miy-144" style="edgeStyle=orthogonalEdgeStyle;rounded=0;orthogonalLoop=1;jettySize=auto;html=1;" target="In8fDh9ZLN2M87an2Miy-146" value="">
+           <mxGeometry relative="1" as="geometry" />
+         </mxCell>
+         <mxCell id="In8fDh9ZLN2M87an2Miy-144" parent="1" style="whiteSpace=wrap;html=1;" value="Trigger CGW" vertex="1">
+           <mxGeometry height="60" width="120" x="2985" y="1990" as="geometry" />
+         </mxCell>
+         <mxCell id="In8fDh9ZLN2M87an2Miy-148" edge="1" parent="1" source="In8fDh9ZLN2M87an2Miy-146" style="edgeStyle=orthogonalEdgeStyle;rounded=0;orthogonalLoop=1;jettySize=auto;html=1;entryX=0.5;entryY=1;entryDx=0;entryDy=0;" target="In8fDh9ZLN2M87an2Miy-113">
+           <mxGeometry relative="1" as="geometry" />
+         </mxCell>
+         <mxCell id="In8fDh9ZLN2M87an2Miy-150" edge="1" parent="1" source="In8fDh9ZLN2M87an2Miy-146" style="edgeStyle=orthogonalEdgeStyle;rounded=0;orthogonalLoop=1;jettySize=auto;html=1;" target="In8fDh9ZLN2M87an2Miy-149" value="">
+           <mxGeometry relative="1" as="geometry" />
+         </mxCell>
+         <mxCell id="In8fDh9ZLN2M87an2Miy-146" parent="1" style="rhombus;whiteSpace=wrap;html=1;" value="200" vertex="1">
+           <mxGeometry height="80" width="80" x="3205" y="1980" as="geometry" />
+         </mxCell>
+         <mxCell id="In8fDh9ZLN2M87an2Miy-149" parent="1" style="whiteSpace=wrap;html=1;" value="next_retry_at = now + 5min" vertex="1">
+           <mxGeometry height="60" width="155" x="3167.5" y="2130" as="geometry" />
        </mxCell>
      </root>
    </mxGraphModel>
  </diagram>
</mxfile>
